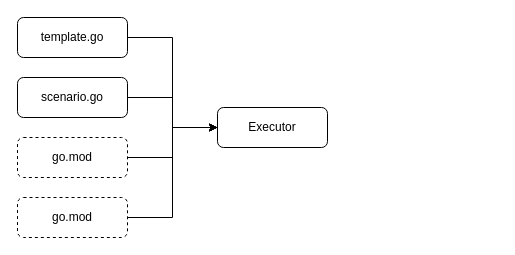
Before: page "compile-scenario" (6 of 6) of gobench.drawio in nqd/gobench-presentation-grokking, a draw.io diagram. Source tidied: cells renumbered, new cells numbered last; positions are measured from the earlier drawing's top-left corner, leaving out a move shared by most shapes. Both pictures are drawn from the tidied source at 100%, with x=0, y=0 at pixel (17, 17).
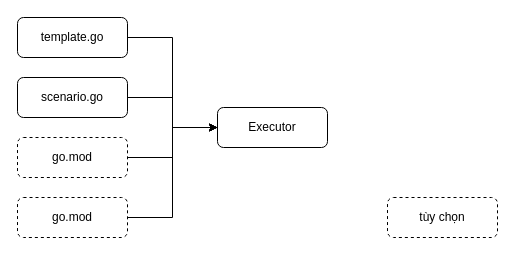
After the change.

Diff of the diagram source:
```diff
@@
 <mxGraphModel>
   <root>
     <mxCell id="0" />
     <mxCell id="1" parent="0" />
     <mxCell id="2" style="edgeStyle=orthogonalEdgeStyle;rounded=0;jettySize=auto;html=1;entryX=0;entryY=0.5;entryDx=0;entryDy=0;" parent="1" edge="1" source="3" target="10">
       <mxGeometry relative="1" as="geometry" />
     </mxCell>
     <mxCell id="3" value="scenario.go" style="rounded=1;whiteSpace=wrap;html=1;" parent="1" vertex="1">
       <mxGeometry y="60" width="110" height="40" as="geometry" />
     </mxCell>
     <mxCell id="4" style="edgeStyle=orthogonalEdgeStyle;rounded=0;jettySize=auto;html=1;entryX=0;entryY=0.5;entryDx=0;entryDy=0;" parent="1" edge="1" source="5" target="10">
       <mxGeometry relative="1" as="geometry" />
     </mxCell>
     <mxCell id="5" value="template.go" style="rounded=1;whiteSpace=wrap;html=1;" parent="1" vertex="1">
       <mxGeometry width="110" height="40" as="geometry" />
     </mxCell>
     <mxCell id="6" style="edgeStyle=orthogonalEdgeStyle;rounded=0;jettySize=auto;html=1;" parent="1" edge="1" source="7" target="10">
       <mxGeometry relative="1" as="geometry" />
     </mxCell>
     <mxCell id="7" value="go.mod" style="rounded=1;whiteSpace=wrap;html=1;dashed=1;" parent="1" vertex="1">
       <mxGeometry y="120" width="110" height="40" as="geometry" />
     </mxCell>
     <mxCell id="8" style="edgeStyle=orthogonalEdgeStyle;rounded=0;jettySize=auto;html=1;entryX=0;entryY=0.5;entryDx=0;entryDy=0;" parent="1" edge="1" source="9" target="10">
       <mxGeometry relative="1" as="geometry" />
     </mxCell>
     <mxCell id="9" value="go.mod" style="rounded=1;whiteSpace=wrap;html=1;dashed=1;" parent="1" vertex="1">
       <mxGeometry y="180" width="110" height="40" as="geometry" />
     </mxCell>
     <mxCell id="10" value="Executor" style="rounded=1;whiteSpace=wrap;html=1;" parent="1" vertex="1">
       <mxGeometry x="200" y="90" width="110" height="40" as="geometry" />
     </mxCell>
+    <mxCell id="11" value="tùy chọn" style="rounded=1;whiteSpace=wrap;html=1;dashed=1;" parent="1" vertex="1">
+      <mxGeometry x="370" y="180" width="110" height="40" as="geometry" />
+    </mxCell>
   </root>
 </mxGraphModel>
```
